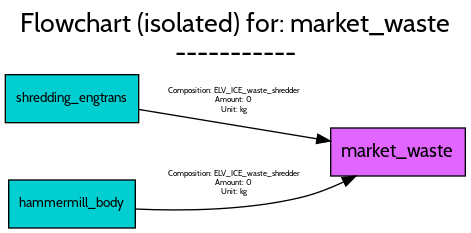
This is src/examples/ELV/figures/flowcharts/processes/png/market_waste.png from FutuRaM-Project/Recovery-Model, a Graphviz export, as it was before one commit. Its source is kept beside it as src/examples/ELV/figures/flowcharts/processes/dot/market_waste.dot.
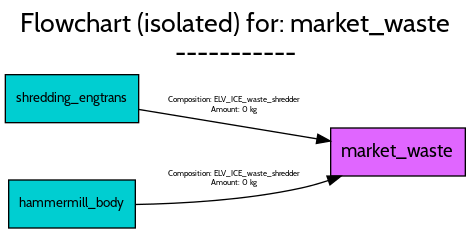
The same file after the commit.

The edit, as a diff of the source:
```diff
@@ -35,9 +35,8 @@
 		fontname=Cabin,
 		fontsize=6,
 		label="Composition: ELV_ICE_waste_shredder
-Amount: 0
-Unit: kg",
-		lp="172,95.5",
+Amount: 0 kg",
+		lp="172,92",
 		pos="e,243.67,65.22 100.07,88.905 138.69,82.536 192.65,73.635 233.77,66.852"];
 	hammermill_body	[fillcolor=darkturquoise,
 		fontname=Cabin,
@@ -51,8 +50,7 @@
 		fontname=Cabin,
 		fontsize=6,
 		label="Composition: ELV_ICE_waste_shredder
-Amount: 0
-Unit: kg",
-		lp="172,33.5",
-		pos="e,262.86,38.998 97.771,14.228 132.53,12.656 180.86,13.081 222,23 232.63,25.563 243.56,29.818 253.58,34.465"];
+Amount: 0 kg",
+		lp="172,37",
+		pos="e,251.77,38.925 97.604,17.636 132.28,18.238 180.57,20.929 222,30 228.62,31.449 235.44,33.395 242.12,35.58"];
 }
```
